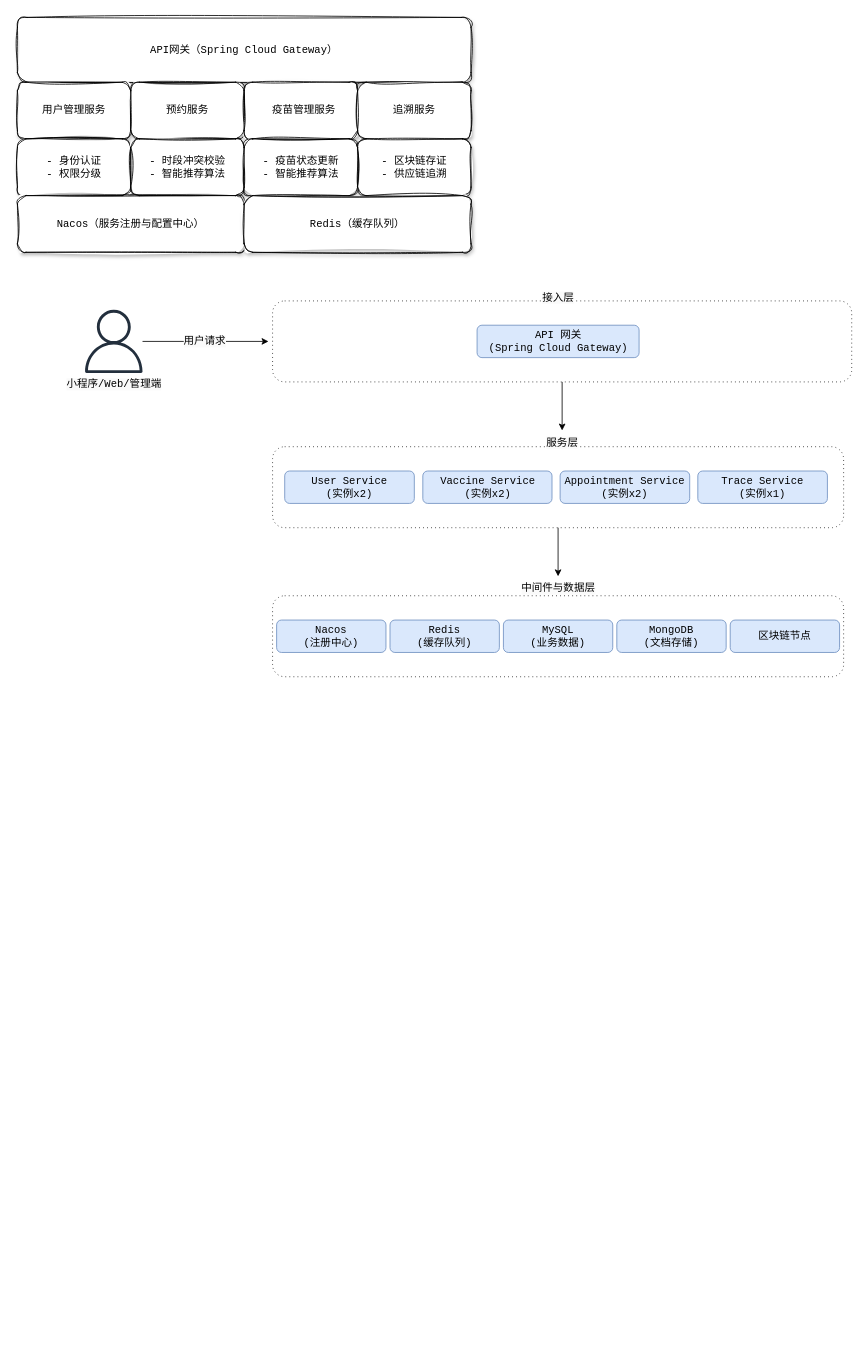
This is 后端架构图.drawio from echo-125/ChartTest, a draw.io file, before an edit. Source tidied: cells renumbered, new cells numbered last; positions are measured from the earlier drawing's top-left corner, leaving out a move shared by most shapes. Both pictures are drawn from the tidied source at 81%, with x=0, y=0 at pixel (17, 17).
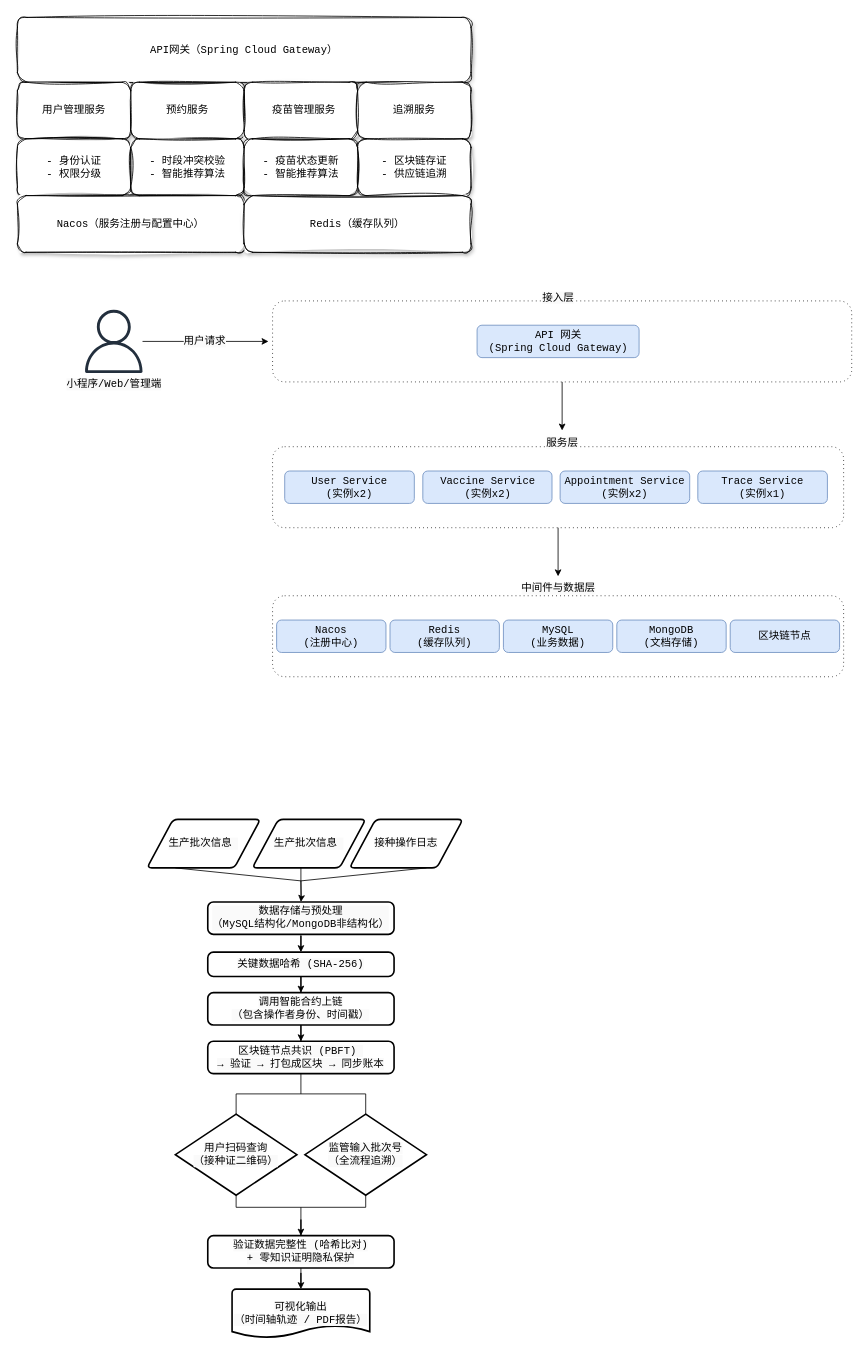
After the change.

Commit message (it also covers changes not shown here):
更新后端架构图.drawio

Change to the diagram source:
```diff
@@
+    <mxCell id="34" value="&lt;span style=&quot;font-family: &amp;quot;Cascadia Code&amp;quot;, &amp;quot;Fira Code&amp;quot;, Consolas, monospace; font-size: 13px; text-align: start; white-space: pre; background-color: rgb(250, 250, 250);&quot;&gt;生产批次信息 &lt;/span&gt;" style="shape=parallelogram;html=1;strokeWidth=2;perimeter=parallelogramPerimeter;whiteSpace=wrap;rounded=1;arcSize=12;size=0.23;" parent="1" vertex="1">
+      <mxGeometry x="160" y="990" width="140" height="60" as="geometry" />
+    </mxCell>
+    <mxCell id="35" value="&lt;span style=&quot;font-family: &amp;quot;Cascadia Code&amp;quot;, &amp;quot;Fira Code&amp;quot;, Consolas, monospace; font-size: 13px; text-align: start; white-space: pre; background-color: rgb(250, 250, 250);&quot;&gt;生产批次信息 &lt;/span&gt;" style="shape=parallelogram;html=1;strokeWidth=2;perimeter=parallelogramPerimeter;whiteSpace=wrap;rounded=1;arcSize=12;size=0.23;" parent="1" vertex="1">
+      <mxGeometry x="290" y="990" width="140" height="60" as="geometry" />
+    </mxCell>
+    <mxCell id="36" value="&lt;span style=&quot;font-family: &amp;quot;Cascadia Code&amp;quot;, &amp;quot;Fira Code&amp;quot;, Consolas, monospace; font-size: 13px; text-align: start; white-space: pre; background-color: rgb(250, 250, 250);&quot;&gt;接种操作日志&lt;/span&gt;" style="shape=parallelogram;html=1;strokeWidth=2;perimeter=parallelogramPerimeter;whiteSpace=wrap;rounded=1;arcSize=12;size=0.23;" parent="1" vertex="1">
+      <mxGeometry x="410" y="990" width="140" height="60" as="geometry" />
+    </mxCell>
+    <mxCell id="37" style="edgeStyle=orthogonalEdgeStyle;rounded=0;jettySize=auto;html=1;" parent="1" edge="1" target="40">
+      <mxGeometry relative="1" as="geometry">
+        <mxPoint x="350" y="1066" as="sourcePoint" />
+      </mxGeometry>
+    </mxCell>
+    <mxCell id="38" style="verticalLabelPosition=bottom;shadow=0;dashed=0;align=center;html=1;verticalAlign=top;shape=mxgraph.electrical.radio.aerial_-_antenna_1;" parent="1" vertex="1">
+      <mxGeometry x="195" y="1050" width="310" height="40" as="geometry" />
+    </mxCell>
+    <mxCell id="39" style="edgeStyle=orthogonalEdgeStyle;rounded=0;jettySize=auto;html=1;" parent="1" edge="1" source="40" target="42">
+      <mxGeometry relative="1" as="geometry" />
+    </mxCell>
+    <mxCell id="40" value="&lt;span style=&quot;box-sizing: border-box; margin: 0px; -webkit-tap-highlight-color: transparent; white-space: pre; display: block; min-height: 1.3rem; padding-left: 0px; font-family: &amp;quot;Cascadia Code&amp;quot;, &amp;quot;Fira Code&amp;quot;, Consolas, monospace; font-size: 13px; background-color: rgb(250, 250, 250);&quot; class=&quot;line&quot;&gt;&lt;span style=&quot;color: light-dark(rgb(0, 0, 0), rgb(255, 255, 255));&quot;&gt;数据存储与预处理&lt;br/&gt;&lt;/span&gt;&lt;span style=&quot;color: light-dark(rgb(0, 0, 0), rgb(255, 255, 255));&quot;&gt;（MySQL结构化/MongoDB非结构化）&lt;/span&gt;&lt;/span&gt;" style="rounded=1;whiteSpace=wrap;html=1;absoluteArcSize=1;arcSize=14;strokeWidth=2;" parent="1" vertex="1">
+      <mxGeometry x="235" y="1092" width="230" height="40" as="geometry" />
+    </mxCell>
+    <mxCell id="41" style="edgeStyle=orthogonalEdgeStyle;rounded=0;jettySize=auto;html=1;" parent="1" edge="1" source="42" target="44">
+      <mxGeometry relative="1" as="geometry" />
+    </mxCell>
+    <mxCell id="42" value="&lt;span style=&quot;font-family: &amp;quot;Cascadia Code&amp;quot;, &amp;quot;Fira Code&amp;quot;, Consolas, monospace; font-size: 13px; font-weight: 400; text-align: start; white-space: pre; background-color: rgb(250, 250, 250);&quot;&gt;关键数据哈希 (SHA-256)&lt;/span&gt;" style="rounded=1;whiteSpace=wrap;html=1;absoluteArcSize=1;arcSize=14;strokeWidth=2;fontStyle=1;" parent="1" vertex="1">
+      <mxGeometry x="235" y="1154" width="230" height="30" as="geometry" />
+    </mxCell>
+    <mxCell id="43" style="edgeStyle=orthogonalEdgeStyle;rounded=0;jettySize=auto;html=1;" parent="1" edge="1" source="44" target="45">
+      <mxGeometry relative="1" as="geometry" />
+    </mxCell>
+    <mxCell id="44" value="&lt;span style=&quot;font-family: &amp;quot;Cascadia Code&amp;quot;, &amp;quot;Fira Code&amp;quot;, Consolas, monospace; font-size: 13px; font-weight: 400; text-align: start; white-space: pre; background-color: rgb(250, 250, 250);&quot;&gt;调用智能合约上链&lt;br&gt;（包含操作者身份、时间戳）&lt;br&gt;&lt;/span&gt;" style="rounded=1;whiteSpace=wrap;html=1;absoluteArcSize=1;arcSize=14;strokeWidth=2;fontStyle=1;" parent="1" vertex="1">
+      <mxGeometry x="235" y="1204" width="230" height="40" as="geometry" />
+    </mxCell>
+    <mxCell id="45" value="&lt;span style=&quot;font-family: &amp;quot;Cascadia Code&amp;quot;, &amp;quot;Fira Code&amp;quot;, Consolas, monospace; font-size: 13px; font-weight: 400; text-align: start; white-space: pre; background-color: rgb(250, 250, 250);&quot;&gt;区块链节点共识 (PBFT) &lt;br&gt;→ 验证 → 打包成区块 → 同步账本&lt;/span&gt;" style="rounded=1;whiteSpace=wrap;html=1;absoluteArcSize=1;arcSize=14;strokeWidth=2;fontStyle=1;" parent="1" vertex="1">
+      <mxGeometry x="235" y="1264" width="230" height="40" as="geometry" />
+    </mxCell>
+    <mxCell id="46" style="edgeStyle=orthogonalEdgeStyle;rounded=0;jettySize=auto;html=1;" parent="1" edge="1" source="47" target="53">
+      <mxGeometry relative="1" as="geometry" />
+    </mxCell>
+    <mxCell id="47" value="&lt;span style=&quot;font-family: &amp;quot;Cascadia Code&amp;quot;, &amp;quot;Fira Code&amp;quot;, Consolas, monospace; font-size: 13px; font-weight: 400; text-align: start; white-space: pre; background-color: rgb(250, 250, 250);&quot;&gt;验证数据完整性 (哈希比对)&lt;br/&gt;&lt;/span&gt;&lt;span style=&quot;font-family: &amp;quot;Cascadia Code&amp;quot;, &amp;quot;Fira Code&amp;quot;, Consolas, monospace; font-size: 13px; font-weight: 400; text-align: start; white-space: pre; background-color: rgb(250, 250, 250);&quot;&gt;+ 零知识证明隐私保护&lt;/span&gt;&lt;span style=&quot;font-family: &amp;quot;Cascadia Code&amp;quot;, &amp;quot;Fira Code&amp;quot;, Consolas, monospace; font-size: 13px; font-weight: 400; text-align: start; white-space: pre; background-color: rgb(250, 250, 250);&quot;&gt;&lt;/span&gt;" style="rounded=1;whiteSpace=wrap;html=1;absoluteArcSize=1;arcSize=14;strokeWidth=2;fontStyle=1;" parent="1" vertex="1">
+      <mxGeometry x="235" y="1504" width="230" height="40" as="geometry" />
+    </mxCell>
+    <mxCell id="48" value="&lt;span style=&quot;font-family: &amp;quot;Cascadia Code&amp;quot;, &amp;quot;Fira Code&amp;quot;, Consolas, monospace; font-size: 13px; text-align: start; white-space: pre; background-color: rgb(250, 250, 250);&quot;&gt;用户扫码查询&lt;br/&gt;（接种证二维码）&lt;br/&gt;&lt;/span&gt;" style="strokeWidth=2;html=1;shape=mxgraph.flowchart.decision;whiteSpace=wrap;" parent="1" vertex="1">
+      <mxGeometry x="195" y="1354" width="150" height="100" as="geometry" />
+    </mxCell>
+    <mxCell id="49" style="strokeWidth=1;html=1;shape=mxgraph.flowchart.annotation_2;align=left;labelPosition=right;direction=south;" parent="1" vertex="1">
+      <mxGeometry x="270" y="1304" width="160" height="50" as="geometry" />
+    </mxCell>
+    <mxCell id="50" value="&lt;span style=&quot;font-family: &amp;quot;Cascadia Code&amp;quot;, &amp;quot;Fira Code&amp;quot;, Consolas, monospace; font-size: 13px; text-align: start; white-space: pre; background-color: rgb(250, 250, 250);&quot;&gt;监管输入批次号&lt;br/&gt;（全流程追溯）&lt;br/&gt;&lt;/span&gt;" style="strokeWidth=2;html=1;shape=mxgraph.flowchart.decision;whiteSpace=wrap;" parent="1" vertex="1">
+      <mxGeometry x="355" y="1354" width="150" height="100" as="geometry" />
+    </mxCell>
+    <mxCell id="51" style="edgeStyle=orthogonalEdgeStyle;rounded=0;jettySize=auto;html=1;" parent="1" edge="1" source="52" target="47">
+      <mxGeometry relative="1" as="geometry" />
+    </mxCell>
+    <mxCell id="52" style="strokeWidth=1;html=1;shape=mxgraph.flowchart.annotation_2;align=left;labelPosition=right;direction=north;" parent="1" vertex="1">
+      <mxGeometry x="270" y="1454" width="160" height="30" as="geometry" />
+    </mxCell>
+    <mxCell id="53" value="&lt;span style=&quot;font-family: &amp;quot;Cascadia Code&amp;quot;, &amp;quot;Fira Code&amp;quot;, Consolas, monospace; font-size: 13px; text-align: start; white-space: pre; background-color: rgb(250, 250, 250);&quot;&gt;可视化输出&lt;br/&gt;（时间轴轨迹 / PDF报告）&lt;br/&gt;&lt;/span&gt;" style="strokeWidth=2;html=1;shape=mxgraph.flowchart.document2;whiteSpace=wrap;size=0.25;" parent="1" vertex="1">
+      <mxGeometry x="265" y="1570" width="170" height="60" as="geometry" />
+    </mxCell>
```
